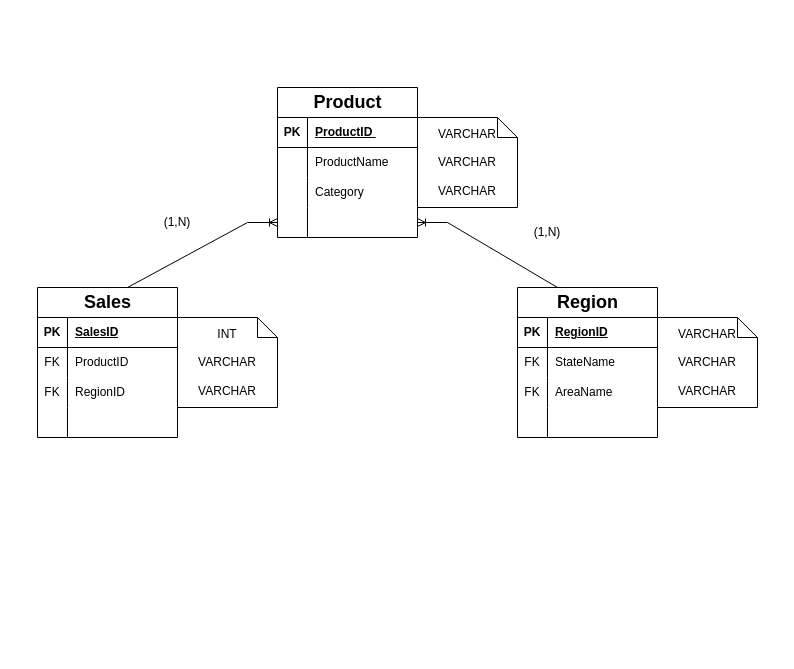
Before: Task 1b, progettazione logica .drawio in GiovanniMartino89/Epicode_DataAI, a draw.io diagram. Source tidied: cells renumbered, new cells numbered last; positions are measured from the earlier drawing's top-left corner, leaving out a move shared by most shapes. Both pictures are drawn from the tidied source at 100%, with x=0, y=0 at pixel (37, 87).
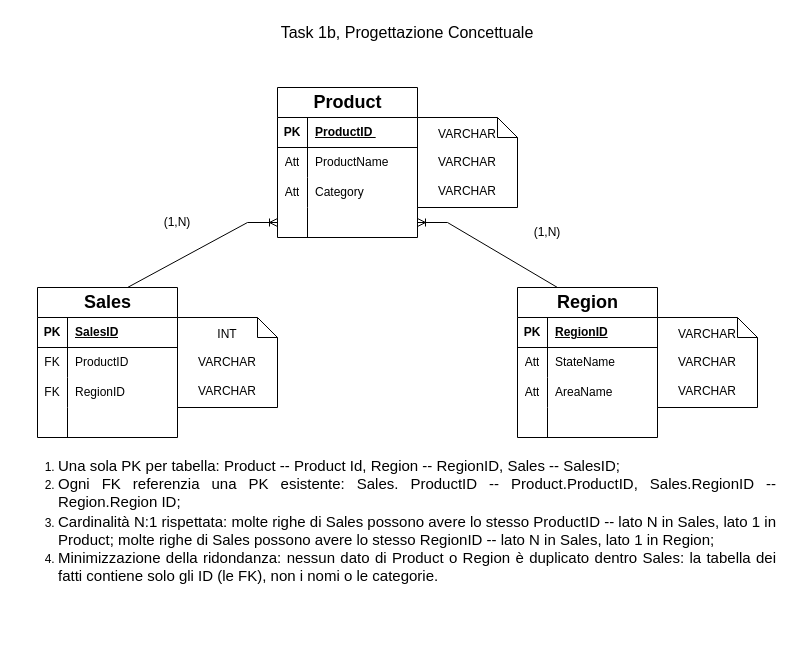
After the change.

The change refers to these unchanged cells:
```xml
<mxCell id="6" style="shape=tableRow;horizontal=0;startSize=0;swimlaneHead=0;swimlaneBody=0;fillColor=none;top=0;left=0;right=0;bottom=0;" parent="2" vertex="1">
  <mxGeometry y="60" width="140" height="30" as="geometry" />
</mxCell>
<mxCell id="9" style="shape=tableRow;horizontal=0;startSize=0;swimlaneHead=0;swimlaneBody=0;fillColor=none;top=0;left=0;right=0;bottom=0;" parent="2" vertex="1">
  <mxGeometry y="90" width="140" height="30" as="geometry" />
</mxCell>
<mxCell id="34" style="shape=tableRow;horizontal=0;startSize=0;swimlaneHead=0;swimlaneBody=0;fillColor=none;top=0;left=0;right=0;bottom=0;" parent="30" vertex="1">
  <mxGeometry y="60" width="140" height="30" as="geometry" />
</mxCell>
<mxCell id="37" style="shape=tableRow;horizontal=0;startSize=0;swimlaneHead=0;swimlaneBody=0;fillColor=none;top=0;left=0;right=0;bottom=0;" parent="30" vertex="1">
  <mxGeometry y="90" width="140" height="30" as="geometry" />
</mxCell>
```

What changed in the source:
```diff
@@
-    <mxCell id="7" style="shape=partialRectangle;fillColor=none;top=0;left=0;bottom=0;right=0;overflow=hidden;whiteSpace=wrap;html=1;" parent="6" vertex="1">
+    <mxCell id="7" value="Att" style="shape=partialRectangle;fillColor=none;top=0;left=0;bottom=0;right=0;overflow=hidden;whiteSpace=wrap;html=1;" parent="6" vertex="1">
       <mxGeometry width="30" height="30" as="geometry" />
     </mxCell>
@@
-    <mxCell id="10" style="shape=partialRectangle;fillColor=none;top=0;left=0;bottom=0;right=0;overflow=hidden;whiteSpace=wrap;html=1;" parent="9" vertex="1">
+    <mxCell id="10" value="Att" style="shape=partialRectangle;fillColor=none;top=0;left=0;bottom=0;right=0;overflow=hidden;whiteSpace=wrap;html=1;" parent="9" vertex="1">
       <mxGeometry width="30" height="30" as="geometry" />
     </mxCell>
@@
-    <mxCell id="35" value="FK" style="shape=partialRectangle;fillColor=none;top=0;left=0;bottom=0;right=0;overflow=hidden;whiteSpace=wrap;html=1;" parent="34" vertex="1">
+    <mxCell id="35" value="Att" style="shape=partialRectangle;fillColor=none;top=0;left=0;bottom=0;right=0;overflow=hidden;whiteSpace=wrap;html=1;" parent="34" vertex="1">
       <mxGeometry width="30" height="30" as="geometry" />
     </mxCell>
@@
-    <mxCell id="38" value="FK" style="shape=partialRectangle;fillColor=none;top=0;left=0;bottom=0;right=0;overflow=hidden;whiteSpace=wrap;html=1;" parent="37" vertex="1">
+    <mxCell id="38" value="Att" style="shape=partialRectangle;fillColor=none;top=0;left=0;bottom=0;right=0;overflow=hidden;whiteSpace=wrap;html=1;" parent="37" vertex="1">
       <mxGeometry width="30" height="30" as="geometry" />
     </mxCell>
@@
+    <mxCell id="48" value="&lt;div style=&quot;text-align: justify;&quot;&gt;&lt;ol&gt;&lt;li&gt;&lt;span style=&quot;font-size: 15px; background-color: transparent; color: light-dark(rgb(0, 0, 0), rgb(255, 255, 255));&quot;&gt;Una sola PK per tabella: Product -- Product Id, Region -- RegionID, Sales -- SalesID;&lt;/span&gt;&lt;/li&gt;&lt;li&gt;&lt;span style=&quot;font-size: 15px; background-color: transparent; color: light-dark(rgb(0, 0, 0), rgb(255, 255, 255));&quot;&gt;Ogni FK referenzia una PK esistente: Sales. ProductID -- Product.ProductID, Sales.RegionID -- Region.Region ID;&lt;/span&gt;&lt;code style=&quot;font-size: 15px; background-color: transparent; color: light-dark(rgb(0, 0, 0), rgb(255, 255, 255));&quot;&gt;&amp;nbsp;&lt;/code&gt;&lt;/li&gt;&lt;li&gt;&lt;span style=&quot;font-size: 15px; background-color: transparent; color: light-dark(rgb(0, 0, 0), rgb(255, 255, 255));&quot;&gt;Cardinalità N:1 rispettata: m&lt;/span&gt;&lt;span style=&quot;font-size: 15px; background-color: transparent; color: light-dark(rgb(0, 0, 0), rgb(255, 255, 255));&quot;&gt;olte righe di Sales possono avere lo stesso ProductID -- lato N in Sales, lato 1 in Product;&amp;nbsp;&lt;/span&gt;&lt;span style=&quot;font-size: 15px; background-color: transparent; color: light-dark(rgb(0, 0, 0), rgb(255, 255, 255));&quot;&gt;molte righe di Sales possono avere lo stesso RegionID -- lato N in Sales, lato 1 in Region;&lt;/span&gt;&lt;/li&gt;&lt;li&gt;&lt;span style=&quot;font-size: 15px; background-color: transparent; color: light-dark(rgb(0, 0, 0), rgb(255, 255, 255));&quot;&gt;Minimizzazione della ridondanza: n&lt;/span&gt;&lt;span style=&quot;font-size: 15px; background-color: transparent; color: light-dark(rgb(0, 0, 0), rgb(255, 255, 255));&quot;&gt;essun dato di Product o Region è duplicato dentro Sales: la tabella dei fatti contiene solo gli ID (le FK), non i nomi o le categorie.&amp;nbsp;&lt;/span&gt;&lt;/li&gt;&lt;/ol&gt;&lt;/div&gt;" style="text;html=1;whiteSpace=wrap;strokeColor=none;fillColor=none;align=center;verticalAlign=middle;rounded=0;" parent="1" vertex="1">
+      <mxGeometry x="-20" y="300" width="760" height="265" as="geometry" />
+    </mxCell>
+    <mxCell id="49" value="&lt;font style=&quot;font-size: 16px;&quot;&gt;Task 1b, Progettazione Concettuale&lt;/font&gt;" style="text;html=1;whiteSpace=wrap;strokeColor=none;fillColor=none;align=center;verticalAlign=middle;rounded=0;" parent="1" vertex="1">
+      <mxGeometry x="200" y="-70" width="340" height="30" as="geometry" />
+    </mxCell>
```
